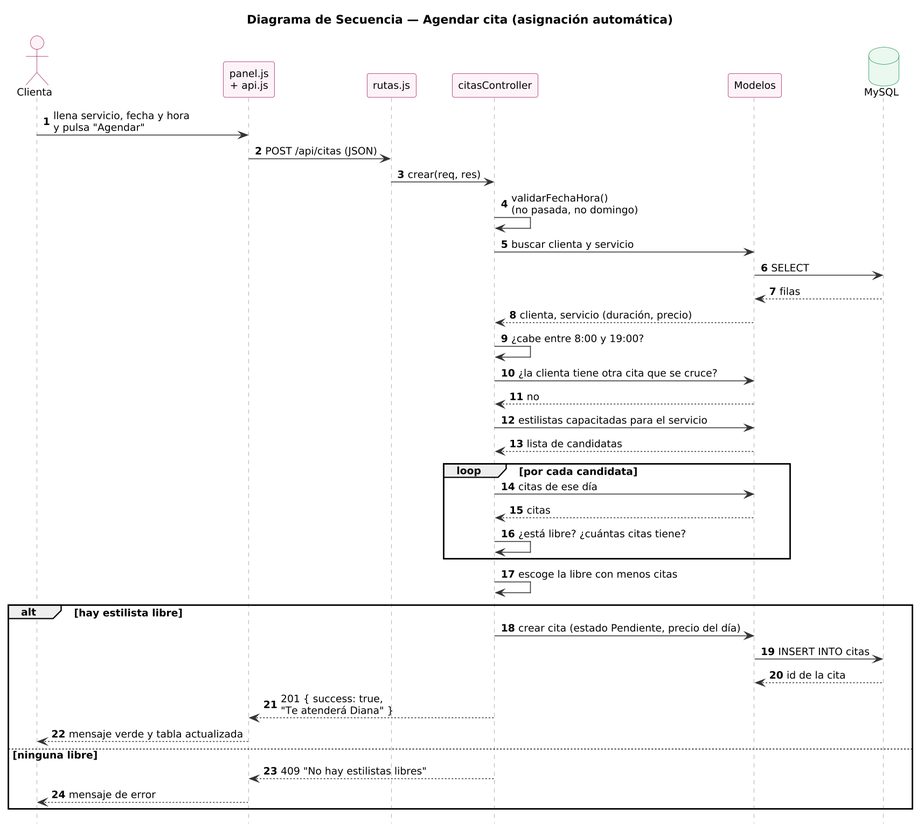
Before: docs/diagramas/Secuencia_Agendar_Cita.png, a diagram exported from PlantUML (cesar-pestana26/bellastyle-manager).
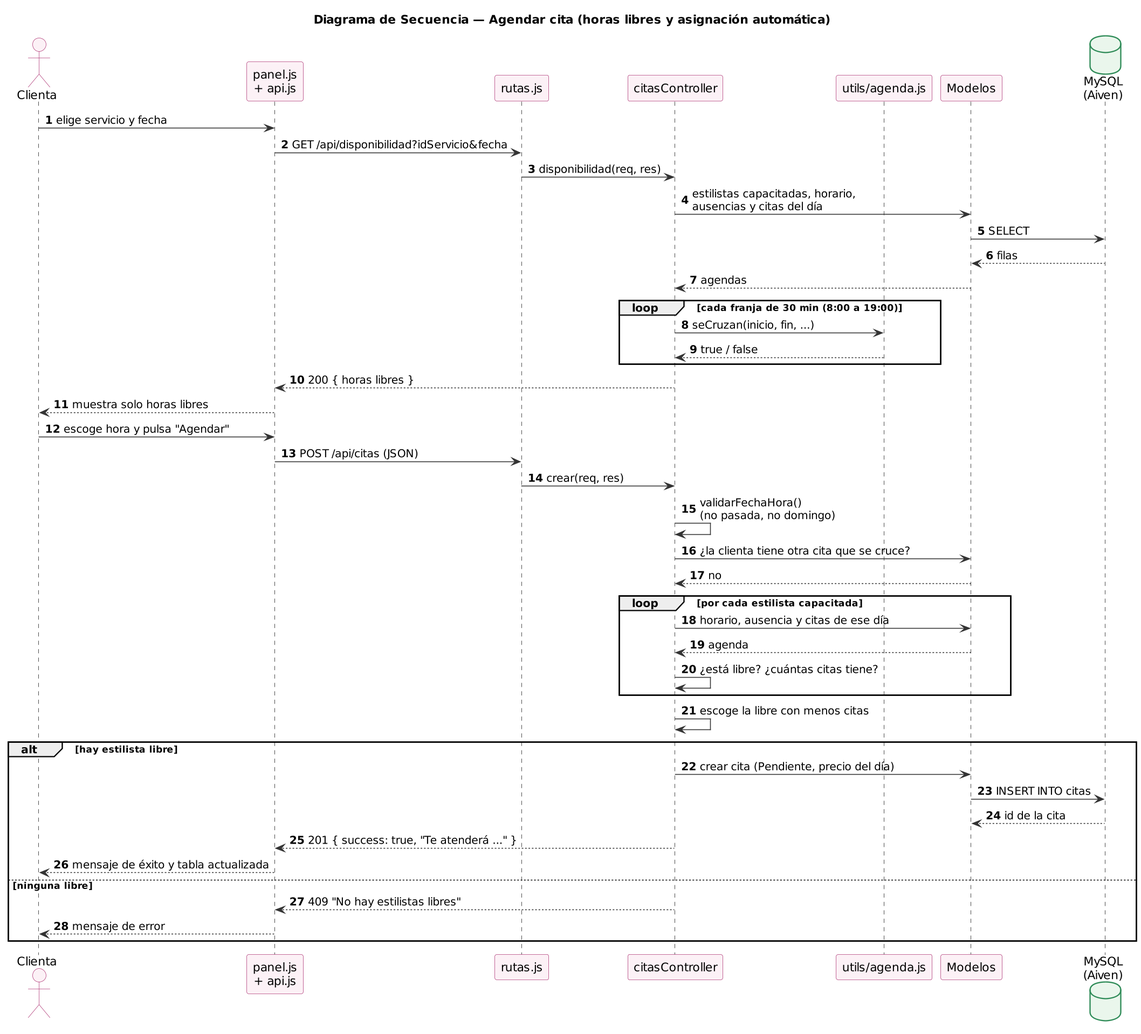
The same diagram one commit later.

The edit, as a diff of the source:
```diff
@@ -1,57 +1,48 @@
 @startuml Secuencia_Agendar_Cita
-skinparamlocked dpi 150
-title Diagrama de Secuencia — Agendar cita (asignación automática)
-skinparam shadowing false
-skinparam defaultFontName Arial
-skinparam defaultFontSize 12
-skinparam sequence {
-  ParticipantBackgroundColor #FDF2F8
-  ParticipantBorderColor #A01F5F
-  LifeLineBorderColor #999999
-  ArrowColor #333333
-}
+!include skin.iuml
+title Diagrama de Secuencia — Agendar cita (horas libres y asignación automática)
 autonumber
-hide footbox
-skinparam actorBackgroundColor #FDF2F8
-skinparam actorBorderColor #A01F5F
-skinparam databaseBackgroundColor #EAF8EF
-skinparam databaseBorderColor #17904A
+actor Clienta
+participant "panel.js\n+ api.js" as UI
+participant "rutas.js" as R
+participant "citasController" as CC
+participant "utils/agenda.js" as AG
+participant "Modelos" as M
+database "MySQL\n(Aiven)" as DB
 
-actor Clienta
-participant "panel.js\n+ api.js" as FE
-participant "rutas.js" as RT
-participant "citasController" as CC
-participant "Modelos" as MO
-database "MySQL" as DB
-
-Clienta -> FE : llena servicio, fecha y hora\ny pulsa "Agendar"
-FE -> RT : POST /api/citas (JSON)
-RT -> CC : crear(req, res)
+Clienta -> UI : elige servicio y fecha
+UI -> R : GET /api/disponibilidad?idServicio&fecha
+R -> CC : disponibilidad(req, res)
+CC -> M : estilistas capacitadas, horario,\nausencias y citas del día
+M -> DB : SELECT
+DB --> M : filas
+M --> CC : agendas
+loop cada franja de 30 min (8:00 a 19:00)
+  CC -> AG : seCruzan(inicio, fin, ...)
+  AG --> CC : true / false
+end
+CC --> UI : 200 { horas libres }
+UI --> Clienta : muestra solo horas libres
+Clienta -> UI : escoge hora y pulsa "Agendar"
+UI -> R : POST /api/citas (JSON)
+R -> CC : crear(req, res)
 CC -> CC : validarFechaHora()\n(no pasada, no domingo)
-CC -> MO : buscar clienta y servicio
-MO -> DB : SELECT
-DB --> MO : filas
-MO --> CC : clienta, servicio (duración, precio)
-CC -> CC : ¿cabe entre 8:00 y 19:00?
-CC -> MO : ¿la clienta tiene otra cita que se cruce?
-MO --> CC : no
-CC -> MO : estilistas capacitadas para el servicio
-MO --> CC : lista de candidatas
-loop por cada candidata
-  CC -> MO : citas de ese día
-  MO --> CC : citas
+CC -> M : ¿la clienta tiene otra cita que se cruce?
+M --> CC : no
+loop por cada estilista capacitada
+  CC -> M : horario, ausencia y citas de ese día
+  M --> CC : agenda
   CC -> CC : ¿está libre? ¿cuántas citas tiene?
 end
 CC -> CC : escoge la libre con menos citas
-
 alt hay estilista libre
-  CC -> MO : crear cita (estado Pendiente, precio del día)
-  MO -> DB : INSERT INTO citas
-  DB --> MO : id de la cita
-  CC --> FE : 201 { success: true,\n"Te atenderá Diana" }
-  FE --> Clienta : mensaje verde y tabla actualizada
+  CC -> M : crear cita (Pendiente, precio del día)
+  M -> DB : INSERT INTO citas
+  DB --> M : id de la cita
+  CC --> UI : 201 { success: true, "Te atenderá ..." }
+  UI --> Clienta : mensaje de éxito y tabla actualizada
 else ninguna libre
-  CC --> FE : 409 "No hay estilistas libres"
-  FE --> Clienta : mensaje de error
+  CC --> UI : 409 "No hay estilistas libres"
+  UI --> Clienta : mensaje de error
 end
 @enduml
```
